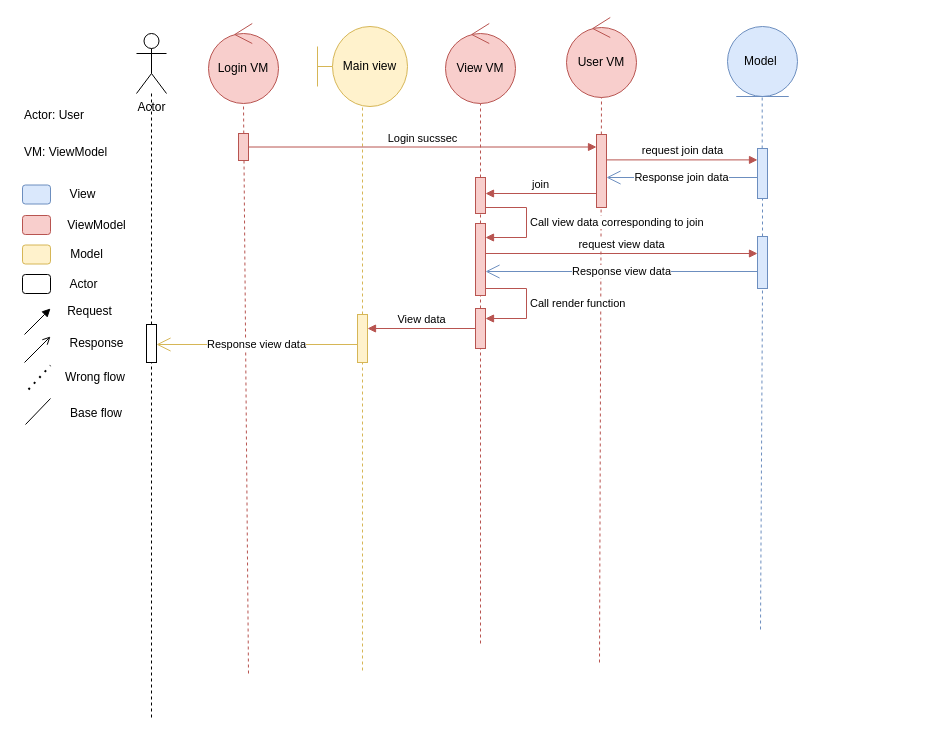
DnhTrn/finall_project keeps this draw.io diagram as page "MainView" (4 of 13) of Diagram.drawio. Above is the earlier version. Source tidied: cells renumbered, new cells numbered last; positions are measured from the earlier drawing's top-left corner, leaving out a move shared by most shapes. Both pictures are drawn from the tidied source at 100%, with x=0, y=0 at pixel (21, 17).
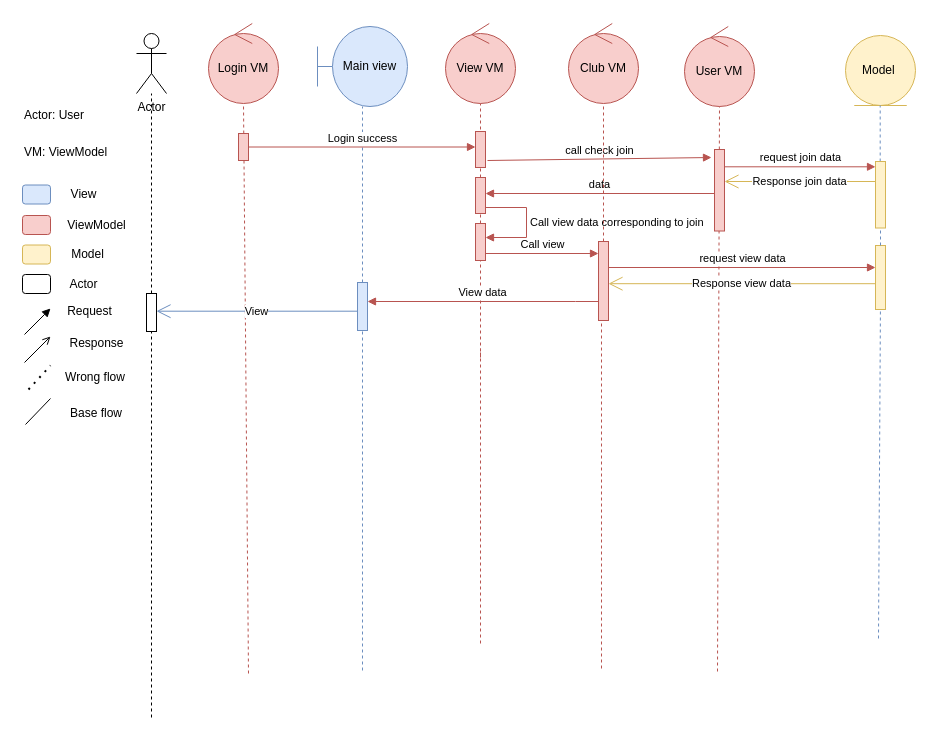
After the change.

The change refers to these unchanged cells:
```xml
<mxCell id="29" style="html=1;points=[[0,0,0,0,5],[0,1,0,0,-5],[1,0,0,0,5],[1,1,0,0,-5]];perimeter=orthogonalPerimeter;outlineConnect=0;targetShapes=umlLifeline;portConstraint=eastwest;newEdgeStyle={&quot;curved&quot;:0,&quot;rounded&quot;:0};fillColor=#f8cecc;strokeColor=#b85450;" parent="1" vertex="1">
  <mxGeometry x="217" y="116" width="10" height="27" as="geometry" />
</mxCell>
```

Diff of the diagram source:
```diff
@@
-    <mxCell id="3" value="Main view" style="shape=umlBoundary;whiteSpace=wrap;html=1;fillColor=#fff2cc;strokeColor=#d6b656;" parent="1" vertex="1">
+    <mxCell id="3" value="Main view" style="shape=umlBoundary;whiteSpace=wrap;html=1;fillColor=#dae8fc;strokeColor=#6c8ebf;" parent="1" vertex="1">
       <mxGeometry x="296" y="9" width="90" height="80" as="geometry" />
     </mxCell>
-    <mxCell id="4" value="Model&amp;nbsp;" style="ellipse;shape=umlEntity;whiteSpace=wrap;html=1;fillColor=#dae8fc;strokeColor=#6c8ebf;" parent="1" vertex="1">
-      <mxGeometry x="706" y="9" width="70" height="70" as="geometry" />
+    <mxCell id="4" value="Model&amp;nbsp;" style="ellipse;shape=umlEntity;whiteSpace=wrap;html=1;fillColor=#fff2cc;strokeColor=#d6b656;" parent="1" vertex="1">
+      <mxGeometry x="824" y="18" width="70" height="70" as="geometry" />
     </mxCell>
@@
     <mxCell id="6" style="endArrow=none;dashed=1;html=1;rounded=0;fillColor=#dae8fc;strokeColor=#6c8ebf;" parent="1" edge="1" source="32">
       <mxGeometry relative="1" as="geometry">
-        <mxPoint x="740.7" y="79" as="targetPoint" />
+        <mxPoint x="858.7" y="88" as="targetPoint" />
       </mxGeometry>
     </mxCell>
-    <mxCell id="7" style="endArrow=none;dashed=1;html=1;rounded=0;fillColor=#fff2cc;strokeColor=#d6b656;" parent="1" edge="1" source="19" target="3">
+    <mxCell id="7" style="endArrow=none;dashed=1;html=1;rounded=0;fillColor=#dae8fc;strokeColor=#6c8ebf;" parent="1" edge="1" source="19" target="3">
       <mxGeometry relative="1" as="geometry" />
     </mxCell>
     <mxCell id="8" value="User VM" style="ellipse;shape=umlControl;whiteSpace=wrap;html=1;fillColor=#f8cecc;strokeColor=#b85450;" parent="1" vertex="1">
-      <mxGeometry x="545" width="70" height="80" as="geometry" />
+      <mxGeometry x="663" y="9" width="70" height="80" as="geometry" />
     </mxCell>
     <mxCell id="9" style="endArrow=none;dashed=1;html=1;rounded=0;fillColor=#f8cecc;strokeColor=#b85450;" parent="1" edge="1">
       <mxGeometry relative="1" as="geometry">
-        <mxPoint x="578" y="645" as="sourcePoint" />
-        <mxPoint x="580" y="80" as="targetPoint" />
+        <mxPoint x="696" y="654" as="sourcePoint" />
+        <mxPoint x="698" y="89" as="targetPoint" />
       </mxGeometry>
     </mxCell>
     <mxCell id="10" style="html=1;points=[[0,0,0,0,5],[0,1,0,0,-5],[1,0,0,0,5],[1,1,0,0,-5]];perimeter=orthogonalPerimeter;outlineConnect=0;targetShapes=umlLifeline;portConstraint=eastwest;newEdgeStyle={&quot;curved&quot;:0,&quot;rounded&quot;:0};fillColor=#f8cecc;strokeColor=#b85450;" parent="1" vertex="1">
-      <mxGeometry x="575" y="117" width="10" height="73" as="geometry" />
+      <mxGeometry x="693" y="132" width="10" height="81.5" as="geometry" />
     </mxCell>
     <mxCell id="11" style="endArrow=none;dashed=1;html=1;rounded=0;fillColor=#dae8fc;strokeColor=#6c8ebf;" parent="1" edge="1">
       <mxGeometry relative="1" as="geometry">
-        <mxPoint x="739" y="612" as="sourcePoint" />
-        <mxPoint x="741" y="272" as="targetPoint" />
+        <mxPoint x="857" y="621" as="sourcePoint" />
+        <mxPoint x="859" y="281" as="targetPoint" />
       </mxGeometry>
     </mxCell>
@@
-    <mxCell id="14" style="endArrow=none;dashed=1;html=1;rounded=0;fillColor=#f8cecc;strokeColor=#b85450;" parent="1" edge="1" source="26" target="15">
-      <mxGeometry relative="1" as="geometry" />
+    <mxCell id="14" style="endArrow=none;dashed=1;html=1;rounded=0;fillColor=#f8cecc;strokeColor=#b85450;" parent="1" edge="1" target="15">
+      <mxGeometry relative="1" as="geometry">
+        <mxPoint x="459" y="340" as="sourcePoint" />
+      </mxGeometry>
     </mxCell>
     <mxCell id="15" style="html=1;points=[[0,0,0,0,5],[0,1,0,0,-5],[1,0,0,0,5],[1,1,0,0,-5]];perimeter=orthogonalPerimeter;outlineConnect=0;targetShapes=umlLifeline;portConstraint=eastwest;newEdgeStyle={&quot;curved&quot;:0,&quot;rounded&quot;:0};fillColor=#f8cecc;strokeColor=#b85450;" parent="1" vertex="1">
-      <mxGeometry x="454" y="206" width="10" height="72" as="geometry" />
+      <mxGeometry x="454" y="206" width="10" height="37" as="geometry" />
     </mxCell>
@@
-    <mxCell id="18" style="endArrow=none;dashed=1;html=1;rounded=0;fillColor=#fff2cc;strokeColor=#d6b656;" parent="1" edge="1" target="19">
+    <mxCell id="18" style="endArrow=none;dashed=1;html=1;rounded=0;fillColor=#dae8fc;strokeColor=#6c8ebf;" parent="1" edge="1" target="19">
       <mxGeometry relative="1" as="geometry">
         <mxPoint x="341" y="653" as="sourcePoint" />
       </mxGeometry>
     </mxCell>
-    <mxCell id="19" style="html=1;points=[[0,0,0,0,5],[0,1,0,0,-5],[1,0,0,0,5],[1,1,0,0,-5]];perimeter=orthogonalPerimeter;outlineConnect=0;targetShapes=umlLifeline;portConstraint=eastwest;newEdgeStyle={&quot;curved&quot;:0,&quot;rounded&quot;:0};fillColor=#fff2cc;strokeColor=#d6b656;" parent="1" vertex="1">
-      <mxGeometry x="336" y="297" width="10" height="48" as="geometry" />
+    <mxCell id="19" style="html=1;points=[[0,0,0,0,5],[0,1,0,0,-5],[1,0,0,0,5],[1,1,0,0,-5]];perimeter=orthogonalPerimeter;outlineConnect=0;targetShapes=umlLifeline;portConstraint=eastwest;newEdgeStyle={&quot;curved&quot;:0,&quot;rounded&quot;:0};fillColor=#dae8fc;strokeColor=#6c8ebf;" parent="1" vertex="1">
+      <mxGeometry x="336" y="265" width="10" height="48" as="geometry" />
     </mxCell>
-    <mxCell id="20" style="html=1;points=[[0,0,0,0,5],[0,1,0,0,-5],[1,0,0,0,5],[1,1,0,0,-5]];perimeter=orthogonalPerimeter;outlineConnect=0;targetShapes=umlLifeline;portConstraint=eastwest;newEdgeStyle={&quot;curved&quot;:0,&quot;rounded&quot;:0};fillColor=#dae8fc;strokeColor=#6c8ebf;" parent="1" vertex="1">
-      <mxGeometry x="736" y="219" width="10" height="52" as="geometry" />
+    <mxCell id="20" style="html=1;points=[[0,0,0,0,5],[0,1,0,0,-5],[1,0,0,0,5],[1,1,0,0,-5]];perimeter=orthogonalPerimeter;outlineConnect=0;targetShapes=umlLifeline;portConstraint=eastwest;newEdgeStyle={&quot;curved&quot;:0,&quot;rounded&quot;:0};fillColor=#fff2cc;strokeColor=#d6b656;" parent="1" vertex="1">
+      <mxGeometry x="854" y="228" width="10" height="64" as="geometry" />
     </mxCell>
@@
-    <mxCell id="22" value="&lt;div style=&quot;text-align: left;&quot;&gt;Login sucssec&lt;/div&gt;" style="html=1;verticalAlign=bottom;endArrow=block;curved=0;rounded=0;fillColor=#f8cecc;strokeColor=#b85450;" parent="1" edge="1" source="29" target="10">
+    <mxCell id="22" value="&lt;div style=&quot;text-align: left;&quot;&gt;Login success&lt;/div&gt;" style="html=1;verticalAlign=bottom;endArrow=block;curved=0;rounded=0;fillColor=#f8cecc;strokeColor=#b85450;" parent="1" edge="1" source="29" target="59">
       <mxGeometry relative="1" as="geometry" />
     </mxCell>
@@
     <mxCell id="24" style="html=1;points=[[0,0,0,0,5],[0,1,0,0,-5],[1,0,0,0,5],[1,1,0,0,-5]];perimeter=orthogonalPerimeter;outlineConnect=0;targetShapes=umlLifeline;portConstraint=eastwest;newEdgeStyle={&quot;curved&quot;:0,&quot;rounded&quot;:0};" parent="1" vertex="1">
-      <mxGeometry x="125" y="307" width="10" height="38" as="geometry" />
+      <mxGeometry x="125" y="276" width="10" height="38" as="geometry" />
     </mxCell>
-    <mxCell id="25" style="endArrow=none;dashed=1;html=1;rounded=0;fillColor=#f8cecc;strokeColor=#b85450;" parent="1" edge="1" target="26">
+    <mxCell id="25" style="endArrow=none;dashed=1;html=1;rounded=0;fillColor=#f8cecc;strokeColor=#b85450;" parent="1" edge="1">
       <mxGeometry relative="1" as="geometry">
         <mxPoint x="459" y="626" as="sourcePoint" />
+        <mxPoint x="459" y="331" as="targetPoint" />
       </mxGeometry>
     </mxCell>
-    <mxCell id="26" style="html=1;points=[[0,0,0,0,5],[0,1,0,0,-5],[1,0,0,0,5],[1,1,0,0,-5]];perimeter=orthogonalPerimeter;outlineConnect=0;targetShapes=umlLifeline;portConstraint=eastwest;newEdgeStyle={&quot;curved&quot;:0,&quot;rounded&quot;:0};fillColor=#f8cecc;strokeColor=#b85450;" parent="1" vertex="1">
-      <mxGeometry x="454" y="291" width="10" height="40" as="geometry" />
-    </mxCell>
@@
     <mxCell id="30" value="&lt;div style=&quot;text-align: left;&quot;&gt;request join data&lt;/div&gt;" style="html=1;verticalAlign=bottom;endArrow=block;curved=0;rounded=0;fillColor=#f8cecc;strokeColor=#b85450;" parent="1" edge="1">
       <mxGeometry relative="1" as="geometry">
-        <mxPoint x="585" y="142.4" as="sourcePoint" />
-        <mxPoint x="736" y="142.4" as="targetPoint" />
+        <mxPoint x="703" y="149.3" as="sourcePoint" />
+        <mxPoint x="854" y="149.3" as="targetPoint" />
       </mxGeometry>
     </mxCell>
@@
-    <mxCell id="32" style="html=1;points=[[0,0,0,0,5],[0,1,0,0,-5],[1,0,0,0,5],[1,1,0,0,-5]];perimeter=orthogonalPerimeter;outlineConnect=0;targetShapes=umlLifeline;portConstraint=eastwest;newEdgeStyle={&quot;curved&quot;:0,&quot;rounded&quot;:0};fillColor=#dae8fc;strokeColor=#6c8ebf;" parent="1" vertex="1">
-      <mxGeometry x="736" y="131" width="10" height="50" as="geometry" />
+    <mxCell id="32" style="html=1;points=[[0,0,0,0,5],[0,1,0,0,-5],[1,0,0,0,5],[1,1,0,0,-5]];perimeter=orthogonalPerimeter;outlineConnect=0;targetShapes=umlLifeline;portConstraint=eastwest;newEdgeStyle={&quot;curved&quot;:0,&quot;rounded&quot;:0};fillColor=#fff2cc;strokeColor=#d6b656;" parent="1" vertex="1">
+      <mxGeometry x="854" y="144" width="10" height="66.5" as="geometry" />
     </mxCell>
-    <mxCell id="33" value="Response join data" style="endArrow=open;endSize=12;html=1;rounded=0;fillColor=#dae8fc;strokeColor=#6c8ebf;" parent="1" edge="1">
+    <mxCell id="33" value="Response join data" style="endArrow=open;endSize=12;html=1;rounded=0;fillColor=#fff2cc;strokeColor=#d6b656;" parent="1" edge="1">
       <mxGeometry relative="1" as="geometry">
-        <mxPoint x="736" y="160" as="sourcePoint" />
-        <mxPoint x="585" y="160" as="targetPoint" />
+        <mxPoint x="854" y="164" as="sourcePoint" />
+        <mxPoint x="703" y="164" as="targetPoint" />
       </mxGeometry>
     </mxCell>
-    <mxCell id="34" value="&lt;div style=&quot;text-align: left;&quot;&gt;join&lt;/div&gt;" style="html=1;verticalAlign=bottom;endArrow=block;curved=0;rounded=0;fillColor=#f8cecc;strokeColor=#b85450;" parent="1" edge="1">
+    <mxCell id="34" value="&lt;div style=&quot;text-align: left;&quot;&gt;data&lt;/div&gt;" style="html=1;verticalAlign=bottom;endArrow=block;curved=0;rounded=0;fillColor=#f8cecc;strokeColor=#b85450;" parent="1" edge="1" source="10">
       <mxGeometry relative="1" as="geometry">
-        <mxPoint x="575" y="176" as="sourcePoint" />
         <mxPoint x="464" y="176" as="targetPoint" />
       </mxGeometry>
     </mxCell>
-    <mxCell id="35" value="&lt;div style=&quot;text-align: left;&quot;&gt;request view data&lt;/div&gt;" style="html=1;verticalAlign=bottom;endArrow=block;curved=0;rounded=0;fillColor=#f8cecc;strokeColor=#b85450;" parent="1" edge="1">
-      <mxGeometry relative="1" as="geometry">
-        <mxPoint x="464" y="236" as="sourcePoint" />
-        <mxPoint x="736" y="236" as="targetPoint" />
-      </mxGeometry>
-    </mxCell>
-    <mxCell id="36" value="Response view data" style="endArrow=open;endSize=12;html=1;rounded=0;fillColor=#dae8fc;strokeColor=#6c8ebf;" parent="1" edge="1">
+    <mxCell id="36" value="Response view data" style="endArrow=open;endSize=12;html=1;rounded=0;fillColor=#fff2cc;strokeColor=#d6b656;" parent="1" edge="1">
       <mxGeometry relative="1" as="geometry">
-        <mxPoint x="736" y="254" as="sourcePoint" />
-        <mxPoint x="464" y="254" as="targetPoint" />
+        <mxPoint x="854" y="266.2" as="sourcePoint" />
+        <mxPoint x="587" y="266.2" as="targetPoint" />
       </mxGeometry>
     </mxCell>
-    <mxCell id="37" value="Call render function&amp;nbsp;" style="html=1;align=left;spacingLeft=2;endArrow=block;rounded=0;edgeStyle=orthogonalEdgeStyle;curved=0;rounded=0;fillColor=#f8cecc;strokeColor=#b85450;" parent="1" edge="1">
-      <mxGeometry relative="1" as="geometry">
-        <mxPoint x="464" y="271" as="sourcePoint" />
-        <mxPoint x="464" y="301" as="targetPoint" />
-        <Array as="points">
-          <mxPoint x="505" y="271" />
-          <mxPoint x="505" y="301" />
-        </Array>
-      </mxGeometry>
-    </mxCell>
-    <mxCell id="38" value="&lt;div style=&quot;text-align: left;&quot;&gt;View data&lt;/div&gt;" style="html=1;verticalAlign=bottom;endArrow=block;curved=0;rounded=0;fillColor=#f8cecc;strokeColor=#b85450;" parent="1" edge="1" source="26" target="19">
-      <mxGeometry relative="1" as="geometry" />
+    <mxCell id="38" value="&lt;div style=&quot;text-align: left;&quot;&gt;View data&lt;/div&gt;" style="html=1;verticalAlign=bottom;endArrow=block;curved=0;rounded=0;fillColor=#f8cecc;strokeColor=#b85450;" parent="1" edge="1" source="64" target="19">
+      <mxGeometry relative="1" as="geometry">
+        <Array as="points">
+          <mxPoint x="554" y="284" />
+        </Array>
+      </mxGeometry>
     </mxCell>
-    <mxCell id="39" value="Response view data" style="endArrow=open;endSize=12;html=1;rounded=0;fillColor=#fff2cc;strokeColor=#d6b656;" parent="1" edge="1">
+    <mxCell id="39" value="View" style="endArrow=open;endSize=12;html=1;rounded=0;fillColor=#dae8fc;strokeColor=#6c8ebf;" parent="1" edge="1">
       <mxGeometry relative="1" as="geometry">
-        <mxPoint x="336" y="327" as="sourcePoint" />
-        <mxPoint x="135" y="327" as="targetPoint" />
+        <mxPoint x="336" y="293.7" as="sourcePoint" />
+        <mxPoint x="135" y="293.7" as="targetPoint" />
       </mxGeometry>
     </mxCell>
@@
     <mxCell id="42" value="View" style="text;html=1;align=center;verticalAlign=middle;strokeColor=none;fillColor=none;" parent="1" vertex="1">
-      <mxGeometry x="39" y="164" width="44" height="26" as="geometry" />
+      <mxGeometry x="40" y="164" width="44" height="26" as="geometry" />
     </mxCell>
@@
     <mxCell id="46" value="Model" style="text;html=1;align=center;verticalAlign=middle;strokeColor=none;fillColor=none;" parent="1" vertex="1">
-      <mxGeometry x="39" y="224" width="51" height="26" as="geometry" />
+      <mxGeometry x="40" y="224" width="51" height="26" as="geometry" />
     </mxCell>
@@
+    <mxCell id="59" style="html=1;points=[[0,0,0,0,5],[0,1,0,0,-5],[1,0,0,0,5],[1,1,0,0,-5]];perimeter=orthogonalPerimeter;outlineConnect=0;targetShapes=umlLifeline;portConstraint=eastwest;newEdgeStyle={&quot;curved&quot;:0,&quot;rounded&quot;:0};fillColor=#f8cecc;strokeColor=#b85450;" parent="1" vertex="1">
+      <mxGeometry x="454" y="114" width="10" height="36" as="geometry" />
+    </mxCell>
+    <mxCell id="60" value="&lt;div style=&quot;text-align: left;&quot;&gt;call check join&lt;/div&gt;" style="html=1;verticalAlign=bottom;endArrow=block;curved=0;rounded=0;fillColor=#f8cecc;strokeColor=#b85450;" parent="1" edge="1">
+      <mxGeometry relative="1" as="geometry">
+        <mxPoint x="466" y="143" as="sourcePoint" />
+        <mxPoint x="690" y="140" as="targetPoint" />
+      </mxGeometry>
+    </mxCell>
+    <mxCell id="61" value="Club VM" style="ellipse;shape=umlControl;whiteSpace=wrap;html=1;fillColor=#f8cecc;strokeColor=#b85450;" parent="1" vertex="1">
+      <mxGeometry x="547" y="6" width="70" height="80" as="geometry" />
+    </mxCell>
+    <mxCell id="62" style="endArrow=none;dashed=1;html=1;rounded=0;fillColor=#f8cecc;strokeColor=#b85450;" parent="1" edge="1" source="64">
+      <mxGeometry relative="1" as="geometry">
+        <mxPoint x="582" y="86" as="targetPoint" />
+      </mxGeometry>
+    </mxCell>
+    <mxCell id="63" style="endArrow=none;dashed=1;html=1;rounded=0;fillColor=#f8cecc;strokeColor=#b85450;" parent="1" edge="1" target="64">
+      <mxGeometry relative="1" as="geometry">
+        <mxPoint x="580" y="651" as="sourcePoint" />
+      </mxGeometry>
+    </mxCell>
+    <mxCell id="64" style="html=1;points=[[0,0,0,0,5],[0,1,0,0,-5],[1,0,0,0,5],[1,1,0,0,-5]];perimeter=orthogonalPerimeter;outlineConnect=0;targetShapes=umlLifeline;portConstraint=eastwest;newEdgeStyle={&quot;curved&quot;:0,&quot;rounded&quot;:0};fillColor=#f8cecc;strokeColor=#b85450;" parent="1" vertex="1">
+      <mxGeometry x="577" y="224" width="10" height="79" as="geometry" />
+    </mxCell>
+    <mxCell id="65" value="&lt;div style=&quot;text-align: left;&quot;&gt;Call view&lt;/div&gt;" style="html=1;verticalAlign=bottom;endArrow=block;curved=0;rounded=0;fillColor=#f8cecc;strokeColor=#b85450;" parent="1" edge="1" target="64">
+      <mxGeometry relative="1" as="geometry">
+        <mxPoint x="464" y="236" as="sourcePoint" />
+      </mxGeometry>
+    </mxCell>
+    <mxCell id="35" value="&lt;div style=&quot;text-align: left;&quot;&gt;request view data&lt;/div&gt;" style="html=1;verticalAlign=bottom;endArrow=block;curved=0;rounded=0;fillColor=#f8cecc;strokeColor=#b85450;" parent="1" edge="1" target="20">
+      <mxGeometry relative="1" as="geometry">
+        <mxPoint x="587" y="250" as="sourcePoint" />
+      </mxGeometry>
+    </mxCell>
```
